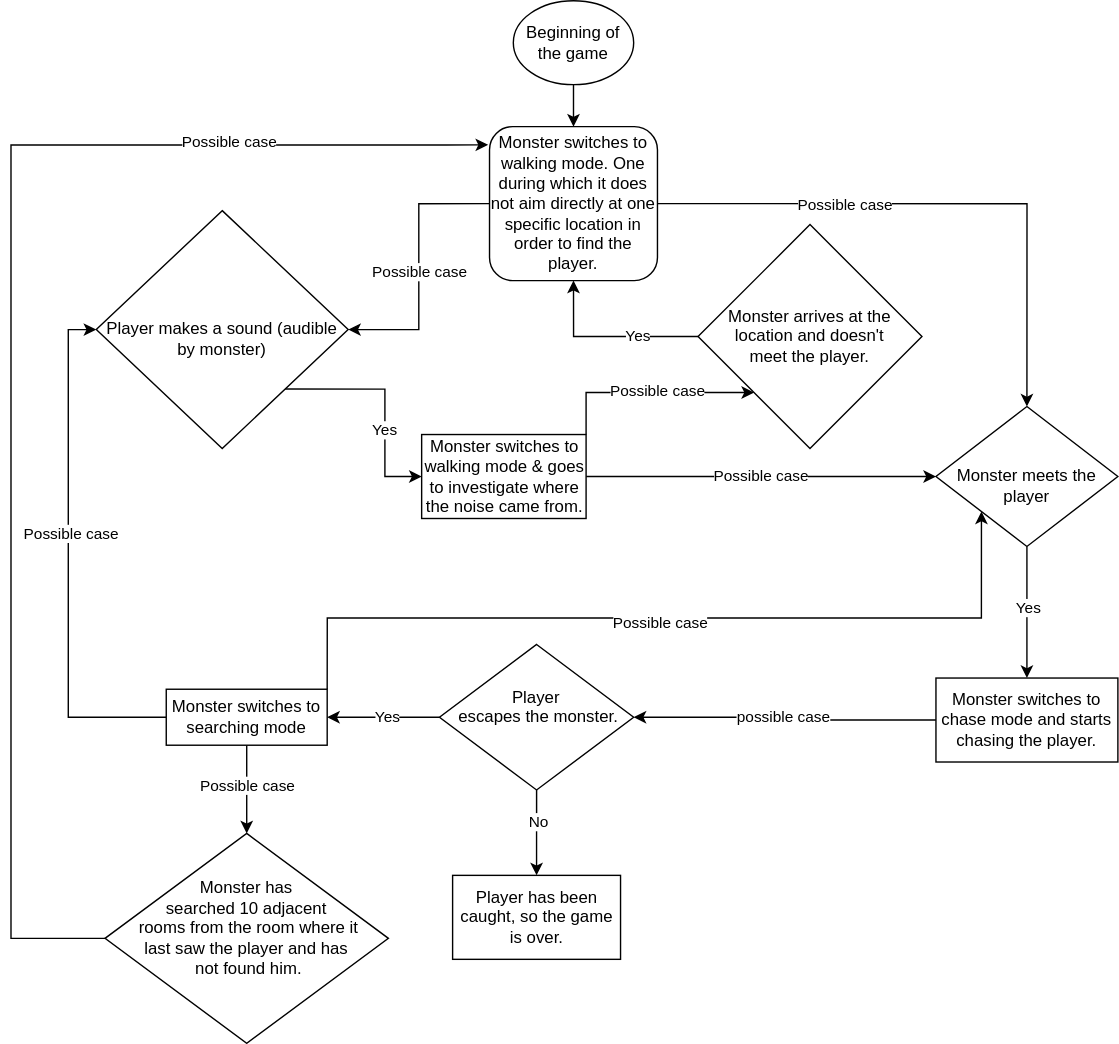
Before: Monster Movement.drawio.svg, a diagram exported from draw.io (Otasmacour/Survive). Source tidied: cells renumbered, new cells last; positions are measured from the earlier drawing's top-left corner, leaving out a move shared by most shapes.
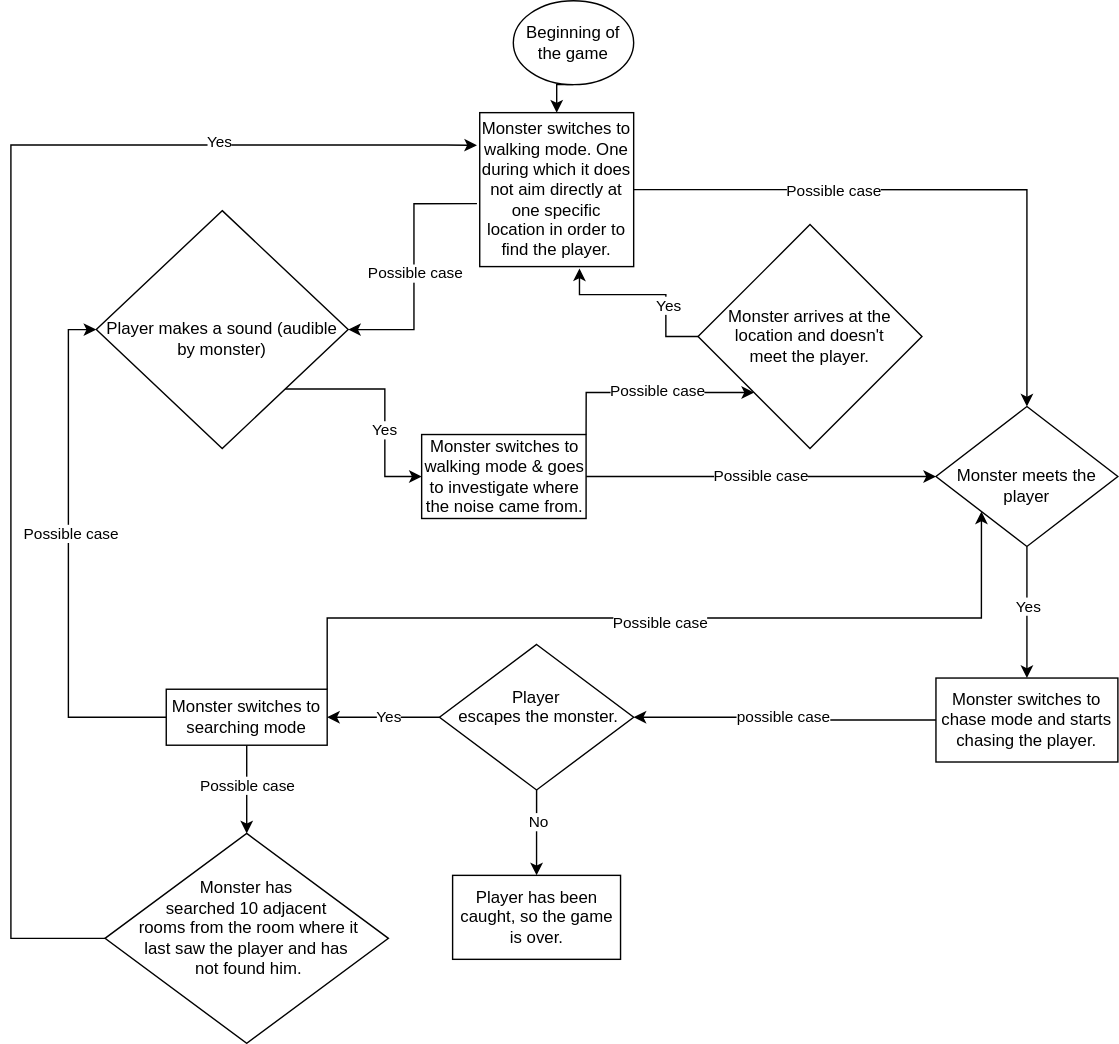
The same diagram one commit later.

Diff of the diagram source:
```diff
@@ -53,7 +53,7 @@
     <mxCell id="18" value="&lt;font style=&quot;font-size: 12px;&quot;&gt;&lt;br&gt;Player makes a sound (audible by monster)&lt;/font&gt;" style="rhombus;whiteSpace=wrap;html=1;" parent="1" vertex="1">
       <mxGeometry x="61" y="150" width="180" height="170" as="geometry" />
     </mxCell>
-    <mxCell id="19" style="edgeStyle=orthogonalEdgeStyle;rounded=0;jettySize=auto;html=1;exitX=1;exitY=0.5;exitDx=0;exitDy=0;entryX=0.5;entryY=0;entryDx=0;entryDy=0;" parent="1" edge="1" source="23" target="26">
+    <mxCell id="19" style="edgeStyle=orthogonalEdgeStyle;rounded=0;jettySize=auto;html=1;entryX=0.5;entryY=0;entryDx=0;entryDy=0;exitX=1;exitY=0.5;exitDx=0;exitDy=0;" parent="1" edge="1" source="23" target="26">
       <mxGeometry relative="1" as="geometry" />
     </mxCell>
     <mxCell id="20" value="Possible case" style="edgeLabel;html=1;align=center;verticalAlign=middle;" parent="19" vertex="1">
@@ -61,15 +61,12 @@
         <mxPoint y="1" as="offset" />
       </mxGeometry>
     </mxCell>
-    <mxCell id="21" style="edgeStyle=orthogonalEdgeStyle;rounded=0;jettySize=auto;html=1;exitX=0;exitY=0.5;exitDx=0;exitDy=0;entryX=1;entryY=0.5;entryDx=0;entryDy=0;" parent="1" edge="1" source="23" target="18">
+    <mxCell id="21" style="edgeStyle=orthogonalEdgeStyle;rounded=0;jettySize=auto;html=1;exitX=-0.018;exitY=0.591;exitDx=0;exitDy=0;entryX=1;entryY=0.5;entryDx=0;entryDy=0;exitPerimeter=0;" parent="1" edge="1" source="23" target="18">
       <mxGeometry relative="1" as="geometry" />
     </mxCell>
     <mxCell id="22" value="Possible case" style="edgeLabel;html=1;align=center;verticalAlign=middle;" parent="21" vertex="1">
       <mxGeometry x="0.04" relative="1" as="geometry" />
     </mxCell>
-    <mxCell id="23" value="Monster switches to walking mode.&amp;nbsp;One during which it does not aim directly at one specific location in order to find the player." style="rounded=1;whiteSpace=wrap;html=1;fontSize=12;glass=0;strokeWidth=1;shadow=0;" parent="1" vertex="1">
-      <mxGeometry x="342" y="90" width="120" height="110" as="geometry" />
-    </mxCell>
     <mxCell id="24" style="edgeStyle=orthogonalEdgeStyle;rounded=0;jettySize=auto;html=1;exitX=0.5;exitY=1;exitDx=0;exitDy=0;entryX=0.5;entryY=0;entryDx=0;entryDy=0;" parent="1" edge="1" source="26" target="15">
       <mxGeometry relative="1" as="geometry" />
     </mxCell>
@@ -94,9 +91,8 @@
     <mxCell id="31" value="Player&lt;br&gt;&amp;nbsp;escapes the monster.&lt;br&gt;&amp;nbsp;" style="rhombus;whiteSpace=wrap;html=1;" parent="1" vertex="1">
       <mxGeometry x="306.2" y="460" width="138.8" height="104" as="geometry" />
     </mxCell>
-    <mxCell id="32" style="edgeStyle=orthogonalEdgeStyle;rounded=0;jettySize=auto;html=1;exitX=0;exitY=0.5;exitDx=0;exitDy=0;" parent="1" edge="1" source="34">
+    <mxCell id="32" style="edgeStyle=orthogonalEdgeStyle;rounded=0;jettySize=auto;html=1;exitX=0;exitY=0.5;exitDx=0;exitDy=0;entryX=-0.018;entryY=0.212;entryDx=0;entryDy=0;entryPerimeter=0;" parent="1" edge="1" source="34" target="23">
       <mxGeometry relative="1" as="geometry">
-        <mxPoint x="341" y="103" as="targetPoint" />
         <Array as="points">
           <mxPoint y="670" />
           <mxPoint y="103" />
@@ -104,7 +100,7 @@
         </Array>
       </mxGeometry>
     </mxCell>
-    <mxCell id="33" value="Possible case" style="edgeLabel;html=1;align=center;verticalAlign=middle;" parent="32" vertex="1">
+    <mxCell id="33" value="Yes" style="edgeLabel;html=1;align=center;verticalAlign=middle;" parent="32" vertex="1">
       <mxGeometry x="0.62" y="3" relative="1" as="geometry" />
     </mxCell>
     <mxCell id="34" value="&lt;font style=&quot;font-size: 12px;&quot;&gt;&lt;br&gt;Monster has &lt;br&gt;searched 10 adjacent&lt;br&gt;&amp;nbsp;rooms from the room where it &lt;br&gt;last saw the player and has&lt;br&gt;&amp;nbsp;not found him.&lt;br&gt;&lt;br&gt;&lt;br&gt;&lt;/font&gt;" style="rhombus;whiteSpace=wrap;html=1;" parent="1" vertex="1">
@@ -116,8 +112,14 @@
     <mxCell id="36" value="Beginning of the game" style="ellipse;whiteSpace=wrap;html=1;" parent="1" vertex="1">
       <mxGeometry x="359" width="86" height="60" as="geometry" />
     </mxCell>
-    <mxCell id="37" style="edgeStyle=orthogonalEdgeStyle;rounded=0;jettySize=auto;html=1;exitX=0;exitY=0.5;exitDx=0;exitDy=0;entryX=0.5;entryY=1;entryDx=0;entryDy=0;" parent="1" edge="1" source="39" target="23">
-      <mxGeometry relative="1" as="geometry" />
+    <mxCell id="37" style="edgeStyle=orthogonalEdgeStyle;rounded=0;jettySize=auto;html=1;exitX=0;exitY=0.5;exitDx=0;exitDy=0;entryX=0.648;entryY=1.012;entryDx=0;entryDy=0;entryPerimeter=0;" parent="1" edge="1" source="39" target="23">
+      <mxGeometry relative="1" as="geometry">
+        <Array as="points">
+          <mxPoint x="468" y="240" />
+          <mxPoint x="468" y="210" />
+          <mxPoint x="406" y="210" />
+        </Array>
+      </mxGeometry>
     </mxCell>
     <mxCell id="38" value="Yes" style="edgeLabel;html=1;align=center;verticalAlign=middle;" parent="37" vertex="1">
       <mxGeometry x="-0.33" y="-1" relative="1" as="geometry" />
@@ -128,5 +130,8 @@
     <mxCell id="40" value="Player has been caught, so the game is over." style="whiteSpace=wrap;html=1;" parent="1" vertex="1">
       <mxGeometry x="315.6" y="625" width="120" height="60" as="geometry" />
     </mxCell>
+    <mxCell id="23" value="Monster switches to walking mode.&amp;nbsp;One during which it does not aim directly at one specific location in order to find the player." style="whiteSpace=wrap;html=1;" parent="1" vertex="1">
+      <mxGeometry x="335" y="80" width="110" height="110" as="geometry" />
+    </mxCell>
   </root>
 </mxGraphModel>
```
